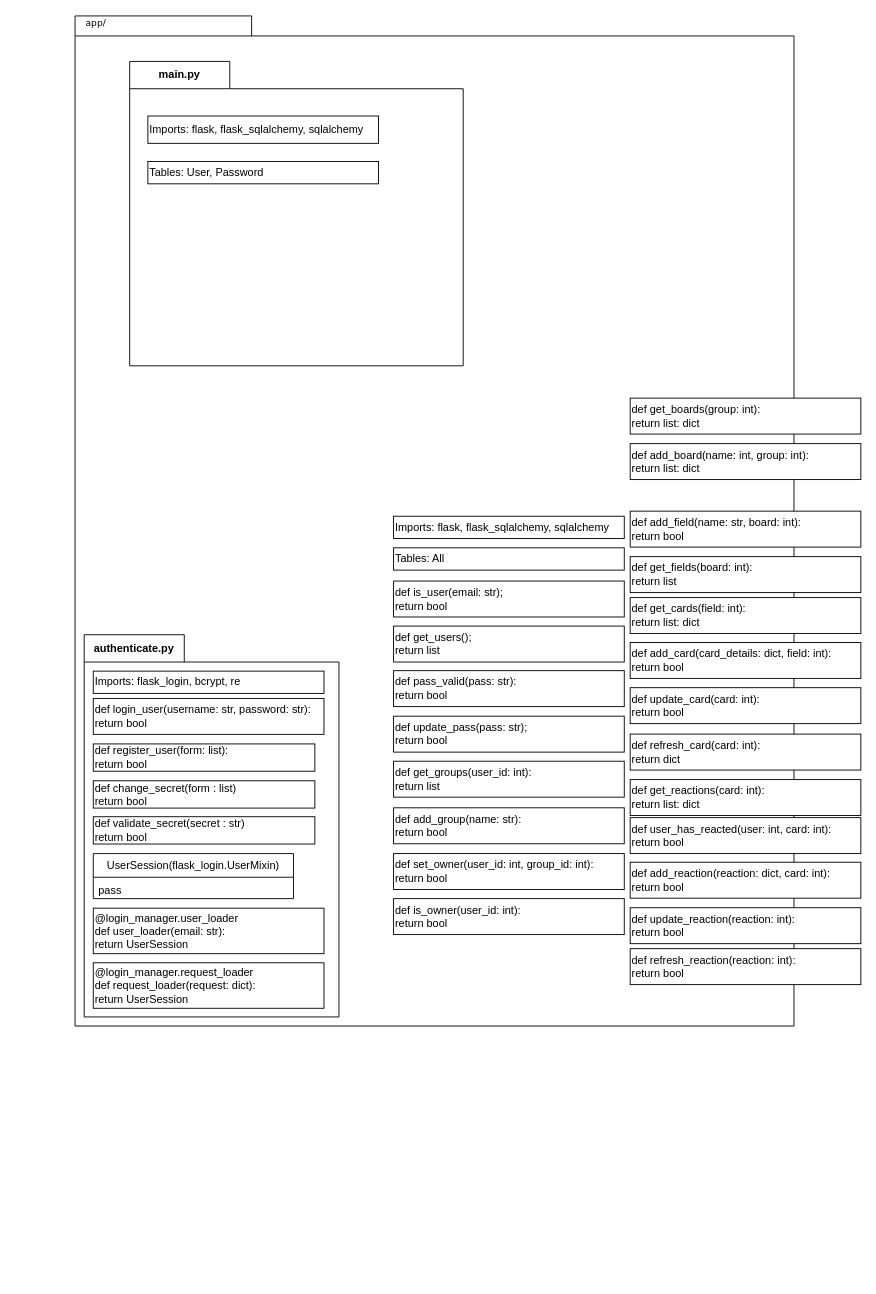
The draw.io diagram .diagrams/.be/app-folder.drawio in Bilgecrank/hindsite, before the edit. Source tidied: cells renumbered, new cells numbered last; positions are measured from the earlier drawing's top-left corner, leaving out a move shared by most shapes. Both pictures are drawn from the tidied source at 91%, with x=0, y=0 at pixel (15, 15).
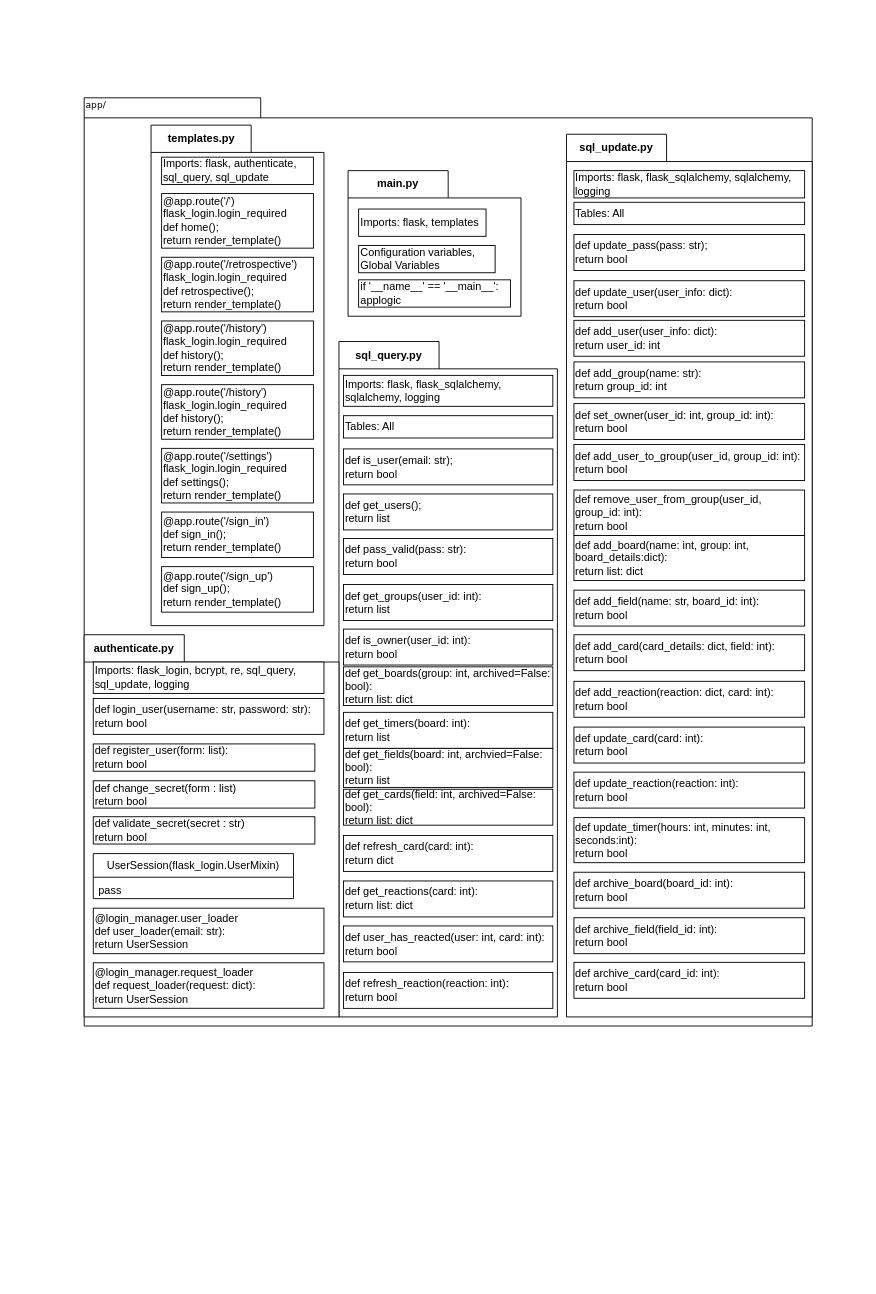
The same page after the edit.

The edit, as a diff of the source:
```diff
@@
     <mxCell id="2" style="shape=folder;fontStyle=1;spacingTop=10;tabWidth=194;tabHeight=22;tabPosition=left;html=1;rounded=0;shadow=0;comic=0;labelBackgroundColor=none;strokeWidth=1;fillColor=none;fontFamily=Verdana;fontSize=10;align=center;" parent="1" vertex="1">
-      <mxGeometry x="65" width="790" height="1110" as="geometry" />
+      <mxGeometry x="75" y="90" width="800" height="1020" as="geometry" />
     </mxCell>
+    <mxCell id="43" value="templates.py" style="shape=folder;fontStyle=1;tabWidth=110;tabHeight=30;tabPosition=left;html=1;boundedLbl=1;labelInHeader=1;whiteSpace=wrap;" parent="1" vertex="1">
+      <mxGeometry x="148.5" y="120" width="190" height="550" as="geometry" />
+    </mxCell>
+    <mxCell id="44" style="html=1;strokeColor=none;fillColor=none;whiteSpace=wrap;" parent="43" vertex="1">
+      <mxGeometry width="190" height="297.35" relative="1" as="geometry">
+        <mxPoint y="30" as="offset" />
+      </mxGeometry>
+    </mxCell>
+    <mxCell id="45" value="Imports:&amp;nbsp;flask, authenticate,&lt;br&gt;sql_query, sql_update" style="html=1;whiteSpace=wrap;align=left;" parent="43" vertex="1">
+      <mxGeometry x="11.6" y="35.2" width="166.8" height="30" as="geometry" />
+    </mxCell>
+    <mxCell id="46" value="@app.route('/')&lt;br&gt;flask_login.login_required&lt;br&gt;def home();&lt;br&gt;return render_template()" style="html=1;whiteSpace=wrap;align=left;" parent="43" vertex="1">
+      <mxGeometry x="11.6" y="75.2" width="166.8" height="60" as="geometry" />
+    </mxCell>
+    <mxCell id="47" value="@app.route('/retrospective')&lt;br&gt;flask_login.login_required&lt;br&gt;def retrospective();&lt;br&gt;return render_template()" style="html=1;whiteSpace=wrap;align=left;" parent="43" vertex="1">
+      <mxGeometry x="11.6" y="145.2" width="166.8" height="60" as="geometry" />
+    </mxCell>
+    <mxCell id="48" value="@app.route('/history')&lt;br&gt;flask_login.login_required&lt;br&gt;def history();&lt;br&gt;return render_template()" style="html=1;whiteSpace=wrap;align=left;" parent="43" vertex="1">
+      <mxGeometry x="11.6" y="215.2" width="166.8" height="60" as="geometry" />
+    </mxCell>
+    <mxCell id="49" value="@app.route('/history')&lt;br&gt;flask_login.login_required&lt;br&gt;def history();&lt;br&gt;return render_template()" style="html=1;whiteSpace=wrap;align=left;" parent="43" vertex="1">
+      <mxGeometry x="11.6" y="285.2" width="166.8" height="60" as="geometry" />
+    </mxCell>
+    <mxCell id="50" value="@app.route('/settings')&lt;br&gt;flask_login.login_required&lt;br&gt;def settings();&lt;br&gt;return render_template()" style="html=1;whiteSpace=wrap;align=left;" parent="43" vertex="1">
+      <mxGeometry x="11.6" y="355.2" width="166.8" height="60" as="geometry" />
+    </mxCell>
+    <mxCell id="51" value="@app.route('/sign_in')&lt;br&gt;def sign_in();&lt;br&gt;return render_template()" style="html=1;whiteSpace=wrap;align=left;" parent="43" vertex="1">
+      <mxGeometry x="11.6" y="425.2" width="166.8" height="50" as="geometry" />
+    </mxCell>
+    <mxCell id="52" value="@app.route('/sign_up')&lt;br&gt;def sign_up();&lt;br&gt;return render_template()" style="html=1;whiteSpace=wrap;align=left;" parent="43" vertex="1">
+      <mxGeometry x="11.6" y="485.2" width="166.8" height="50" as="geometry" />
+    </mxCell>
+    <mxCell id="53" value="sql_update.py" style="shape=folder;fontStyle=1;tabWidth=110;tabHeight=30;tabPosition=left;html=1;boundedLbl=1;labelInHeader=1;whiteSpace=wrap;" parent="1" vertex="1">
+      <mxGeometry x="605" y="130" width="270" height="970" as="geometry" />
+    </mxCell>
+    <mxCell id="54" style="html=1;strokeColor=none;fillColor=none;whiteSpace=wrap;" parent="53" vertex="1">
+      <mxGeometry width="270" height="524.42" relative="1" as="geometry">
+        <mxPoint y="30" as="offset" />
+      </mxGeometry>
+    </mxCell>
+    <mxCell id="24" value="def update_pass(pass: str);&lt;br&gt;return bool" style="html=1;whiteSpace=wrap;align=left;" parent="53" vertex="1">
+      <mxGeometry x="8.2" y="110.2" width="253.5" height="39.5" as="geometry" />
+    </mxCell>
+    <mxCell id="29" value="def update_card(card: int):&lt;br&gt;return bool" style="html=1;whiteSpace=wrap;align=left;" parent="53" vertex="1">
+      <mxGeometry x="8.2" y="651.5" width="253.5" height="39.5" as="geometry" />
+    </mxCell>
+    <mxCell id="32" value="def update_reaction(reaction: int):&lt;br&gt;return bool" style="html=1;whiteSpace=wrap;align=left;" parent="53" vertex="1">
+      <mxGeometry x="8.2" y="701" width="253.5" height="39.5" as="geometry" />
+    </mxCell>
+    <mxCell id="34" value="def add_field(name: str, board_id: int):&lt;br&gt;return bool" style="html=1;whiteSpace=wrap;align=left;" parent="53" vertex="1">
+      <mxGeometry x="8.2" y="501" width="253.5" height="39.5" as="geometry" />
+    </mxCell>
+    <mxCell id="35" value="def add_group(name: str):&lt;br&gt;return group_id: int" style="html=1;whiteSpace=wrap;align=left;" parent="53" vertex="1">
+      <mxGeometry x="8.2" y="250.2" width="253.5" height="39.5" as="geometry" />
+    </mxCell>
+    <mxCell id="36" value="def add_card(card_details: dict, field: int):&lt;br&gt;return bool" style="html=1;whiteSpace=wrap;align=left;" parent="53" vertex="1">
+      <mxGeometry x="8.2" y="550" width="253.5" height="39.5" as="geometry" />
+    </mxCell>
+    <mxCell id="37" value="def set_owner(user_id: int, group_id: int):&lt;br&gt;return bool" style="html=1;whiteSpace=wrap;align=left;" parent="53" vertex="1">
+      <mxGeometry x="8.2" y="296" width="253.5" height="39.5" as="geometry" />
+    </mxCell>
+    <mxCell id="40" value="def add_board(name: int, group: int, board_details:dict):&lt;br&gt;return list: dict" style="html=1;whiteSpace=wrap;align=left;" parent="53" vertex="1">
+      <mxGeometry x="8.2" y="441" width="253.5" height="49.5" as="geometry" />
+    </mxCell>
+    <mxCell id="41" value="def add_reaction(reaction: dict, card: int):&lt;br&gt;return bool" style="html=1;whiteSpace=wrap;align=left;" parent="53" vertex="1">
+      <mxGeometry x="8.2" y="601.2" width="253.5" height="39.5" as="geometry" />
+    </mxCell>
+    <mxCell id="55" value="Imports: flask, flask_sqlalchemy, sqlalchemy, logging" style="html=1;whiteSpace=wrap;align=left;" parent="53" vertex="1">
+      <mxGeometry x="8.2" y="40" width="253.5" height="30" as="geometry" />
+    </mxCell>
+    <mxCell id="56" value="Tables: All" style="html=1;whiteSpace=wrap;align=left;" parent="53" vertex="1">
+      <mxGeometry x="8.2" y="74.8" width="253.5" height="24.5" as="geometry" />
+    </mxCell>
+    <mxCell id="57" value="def update_timer(hours: int, minutes: int, seconds:int):&lt;br&gt;return bool" style="html=1;whiteSpace=wrap;align=left;" parent="53" vertex="1">
+      <mxGeometry x="8.2" y="751" width="253.5" height="49.5" as="geometry" />
+    </mxCell>
+    <mxCell id="58" value="def add_user_to_group(user_id, group_id: int):&lt;br&gt;return bool" style="html=1;whiteSpace=wrap;align=left;" parent="53" vertex="1">
+      <mxGeometry x="8.2" y="341" width="253.5" height="39.5" as="geometry" />
+    </mxCell>
+    <mxCell id="59" value="def remove_user_from_group(user_id, group_id: int):&lt;br&gt;return bool" style="html=1;whiteSpace=wrap;align=left;" parent="53" vertex="1">
+      <mxGeometry x="8.2" y="391" width="253.5" height="50" as="geometry" />
+    </mxCell>
+    <mxCell id="60" value="def add_user(user_info: dict):&lt;br&gt;return user_id: int" style="html=1;whiteSpace=wrap;align=left;" parent="53" vertex="1">
+      <mxGeometry x="8.2" y="204.5" width="253.5" height="39.5" as="geometry" />
+    </mxCell>
+    <mxCell id="61" value="def update_user(user_info: dict):&lt;br&gt;return bool" style="html=1;whiteSpace=wrap;align=left;" parent="53" vertex="1">
+      <mxGeometry x="8.2" y="161" width="253.5" height="39.5" as="geometry" />
+    </mxCell>
+    <mxCell id="62" value="def archive_board(board_id: int):&lt;br&gt;return bool" style="html=1;whiteSpace=wrap;align=left;" parent="53" vertex="1">
+      <mxGeometry x="8.2" y="811" width="253.5" height="39.5" as="geometry" />
+    </mxCell>
+    <mxCell id="63" value="def archive_field(field_id: int):&lt;br&gt;return bool" style="html=1;whiteSpace=wrap;align=left;" parent="53" vertex="1">
+      <mxGeometry x="8.2" y="861" width="253.5" height="39.5" as="geometry" />
+    </mxCell>
+    <mxCell id="64" value="def archive_card(card_id: int):&lt;br&gt;return bool" style="html=1;whiteSpace=wrap;align=left;" parent="53" vertex="1">
+      <mxGeometry x="8.2" y="910" width="253.5" height="39.5" as="geometry" />
+    </mxCell>
+    <mxCell id="65" value="sql_query.py" style="shape=folder;fontStyle=1;tabWidth=110;tabHeight=30;tabPosition=left;html=1;boundedLbl=1;labelInHeader=1;whiteSpace=wrap;" parent="1" vertex="1">
+      <mxGeometry x="355" y="357.8" width="240" height="742.2" as="geometry" />
+    </mxCell>
+    <mxCell id="66" style="html=1;strokeColor=none;fillColor=none;whiteSpace=wrap;" parent="65" vertex="1">
+      <mxGeometry width="240" height="401.29" relative="1" as="geometry">
+        <mxPoint y="30" as="offset" />
+      </mxGeometry>
+    </mxCell>
+    <mxCell id="20" value="Imports: flask, flask_sqlalchemy, sqlalchemy, logging" style="html=1;whiteSpace=wrap;align=left;" parent="65" vertex="1">
+      <mxGeometry x="5" y="37.2" width="230" height="34" as="geometry" />
+    </mxCell>
+    <mxCell id="21" value="Tables: All" style="html=1;whiteSpace=wrap;align=left;" parent="65" vertex="1">
+      <mxGeometry x="5" y="81.5" width="230" height="24.5" as="geometry" />
+    </mxCell>
+    <mxCell id="22" value="def is_user(email: str);&lt;br&gt;return bool" style="html=1;whiteSpace=wrap;align=left;" parent="65" vertex="1">
+      <mxGeometry x="5" y="118" width="230" height="39.5" as="geometry" />
+    </mxCell>
+    <mxCell id="23" value="def pass_valid(pass: str):&lt;br&gt;return bool" style="html=1;whiteSpace=wrap;align=left;" parent="65" vertex="1">
+      <mxGeometry x="5" y="216.5" width="230" height="39.5" as="geometry" />
+    </mxCell>
+    <mxCell id="25" value="def get_groups(user_id: int):&lt;br&gt;return list" style="html=1;whiteSpace=wrap;align=left;" parent="65" vertex="1">
+      <mxGeometry x="5" y="267" width="230" height="39.5" as="geometry" />
+    </mxCell>
+    <mxCell id="26" value="def get_fields(board: int, archvied=False: bool):&lt;br&gt;return list" style="html=1;whiteSpace=wrap;align=left;" parent="65" vertex="1">
+      <mxGeometry x="5" y="447" width="230" height="43" as="geometry" />
+    </mxCell>
+    <mxCell id="27" value="def get_users();&lt;br&gt;return list" style="html=1;whiteSpace=wrap;align=left;" parent="65" vertex="1">
+      <mxGeometry x="5" y="167.5" width="230" height="39.5" as="geometry" />
+    </mxCell>
+    <mxCell id="28" value="def get_cards(field: int, archived=False: bool):&lt;br&gt;return list: dict" style="html=1;whiteSpace=wrap;align=left;" parent="65" vertex="1">
+      <mxGeometry x="5" y="492" width="230" height="39.5" as="geometry" />
+    </mxCell>
+    <mxCell id="30" value="def refresh_card(card: int):&lt;br&gt;return dict" style="html=1;whiteSpace=wrap;align=left;" parent="65" vertex="1">
+      <mxGeometry x="5" y="542.8" width="230" height="39.5" as="geometry" />
+    </mxCell>
+    <mxCell id="31" value="def get_reactions(card: int):&lt;br&gt;return list: dict" style="html=1;whiteSpace=wrap;align=left;" parent="65" vertex="1">
+      <mxGeometry x="5" y="592.8" width="230" height="39.5" as="geometry" />
+    </mxCell>
+    <mxCell id="33" value="def refresh_reaction(reaction: int):&lt;br&gt;return bool" style="html=1;whiteSpace=wrap;align=left;" parent="65" vertex="1">
+      <mxGeometry x="5" y="693.3" width="230" height="39.5" as="geometry" />
+    </mxCell>
+    <mxCell id="38" value="def is_owner(user_id: int):&lt;br&gt;return bool" style="html=1;whiteSpace=wrap;align=left;" parent="65" vertex="1">
+      <mxGeometry x="5" y="316" width="230" height="39.5" as="geometry" />
+    </mxCell>
+    <mxCell id="39" value="def get_boards(group: int, archived=False: bool):&lt;br&gt;return list: dict" style="html=1;whiteSpace=wrap;align=left;" parent="65" vertex="1">
+      <mxGeometry x="5" y="357.5" width="230" height="42.5" as="geometry" />
+    </mxCell>
+    <mxCell id="42" value="def user_has_reacted(user: int, card: int):&lt;br&gt;return bool" style="html=1;whiteSpace=wrap;align=left;" parent="65" vertex="1">
+      <mxGeometry x="5" y="642.2" width="230" height="39.5" as="geometry" />
+    </mxCell>
+    <mxCell id="67" value="def get_timers(board: int):&lt;br&gt;return list" style="html=1;whiteSpace=wrap;align=left;" parent="65" vertex="1">
+      <mxGeometry x="5" y="407.5" width="230" height="39.5" as="geometry" />
+    </mxCell>
+    <mxCell id="19" style="html=1;strokeColor=none;fillColor=none;whiteSpace=wrap;" parent="65" vertex="1">
+      <mxGeometry x="-45" y="355" width="280" height="227.1" as="geometry" />
+    </mxCell>
     <mxCell id="3" value="app/" style="text;html=1;align=left;verticalAlign=top;spacingTop=-4;fontSize=10;fontFamily=Verdana;" parent="1" vertex="1">
-      <mxGeometry x="75" width="130" height="20" as="geometry" />
+      <mxGeometry x="75" y="90" width="130" height="20" as="geometry" />
     </mxCell>
@@
-    <mxCell id="6" value="main.py" style="shape=folder;fontStyle=1;tabWidth=110;tabHeight=30;tabPosition=left;html=1;boundedLbl=1;labelInHeader=1;whiteSpace=wrap;" parent="1" vertex="1">
-      <mxGeometry x="125" y="50" width="366.5" height="334.5" as="geometry" />
-    </mxCell>
-    <mxCell id="7" style="html=1;strokeColor=none;fillColor=none;whiteSpace=wrap;" parent="6" vertex="1">
-      <mxGeometry width="366.5" height="180.84" relative="1" as="geometry">
-        <mxPoint y="30" as="offset" />
-      </mxGeometry>
-    </mxCell>
-    <mxCell id="8" value="Tables: User, Password" style="html=1;whiteSpace=wrap;align=left;" parent="6" vertex="1">
-      <mxGeometry x="20" y="110" width="253.5" height="24.5" as="geometry" />
-    </mxCell>
-    <mxCell id="9" value="Imports:&amp;nbsp;flask, flask_sqlalchemy, sqlalchemy" style="html=1;whiteSpace=wrap;align=left;" parent="6" vertex="1">
-      <mxGeometry x="20" y="60" width="253.5" height="30" as="geometry" />
-    </mxCell>
@@
-    <mxCell id="14" value="Imports: flask_login, bcrypt, re" style="html=1;whiteSpace=wrap;align=left;" parent="1" vertex="1">
-      <mxGeometry x="85" y="720" width="253.5" height="24.5" as="geometry" />
+    <mxCell id="14" value="Imports: flask_login, bcrypt, re, sql_query, sql_update, logging" style="html=1;whiteSpace=wrap;align=left;" parent="1" vertex="1">
+      <mxGeometry x="85" y="710" width="253.5" height="34.5" as="geometry" />
     </mxCell>
@@
-    <mxCell id="19" style="html=1;strokeColor=none;fillColor=none;whiteSpace=wrap;" parent="1" vertex="1">
-      <mxGeometry y="1160" width="280" height="227.1" as="geometry" />
-    </mxCell>
-    <mxCell id="20" value="Imports: flask, flask_sqlalchemy, sqlalchemy" style="html=1;whiteSpace=wrap;align=left;" parent="1" vertex="1">
-      <mxGeometry x="415" y="549.8" width="253.5" height="24.5" as="geometry" />
-    </mxCell>
-    <mxCell id="21" value="Tables: All" style="html=1;whiteSpace=wrap;align=left;" parent="1" vertex="1">
-      <mxGeometry x="415" y="584.5" width="253.5" height="24.5" as="geometry" />
-    </mxCell>
-    <mxCell id="22" value="def is_user(email: str);&lt;br&gt;return bool" style="html=1;whiteSpace=wrap;align=left;" parent="1" vertex="1">
-      <mxGeometry x="415" y="621" width="253.5" height="39.5" as="geometry" />
-    </mxCell>
-    <mxCell id="23" value="def pass_valid(pass: str):&lt;br&gt;return bool" style="html=1;whiteSpace=wrap;align=left;" parent="1" vertex="1">
-      <mxGeometry x="415" y="719.5" width="253.5" height="39.5" as="geometry" />
-    </mxCell>
-    <mxCell id="24" value="def update_pass(pass: str);&lt;br&gt;return bool" style="html=1;whiteSpace=wrap;align=left;" parent="1" vertex="1">
-      <mxGeometry x="415" y="769.5" width="253.5" height="39.5" as="geometry" />
-    </mxCell>
-    <mxCell id="25" value="def get_groups(user_id: int):&lt;br&gt;return list" style="html=1;whiteSpace=wrap;align=left;" parent="1" vertex="1">
-      <mxGeometry x="415" y="819" width="253.5" height="39.5" as="geometry" />
-    </mxCell>
-    <mxCell id="26" value="def get_fields(board: int):&lt;br&gt;return list" style="html=1;whiteSpace=wrap;align=left;" parent="1" vertex="1">
-      <mxGeometry x="675" y="594.2" width="253.5" height="39.5" as="geometry" />
-    </mxCell>
-    <mxCell id="27" value="def get_users();&lt;br&gt;return list" style="html=1;whiteSpace=wrap;align=left;" parent="1" vertex="1">
-      <mxGeometry x="415" y="670.5" width="253.5" height="39.5" as="geometry" />
-    </mxCell>
-    <mxCell id="28" value="def get_cards(field: int):&lt;br&gt;return list: dict" style="html=1;whiteSpace=wrap;align=left;" parent="1" vertex="1">
-      <mxGeometry x="675" y="639.2" width="253.5" height="39.5" as="geometry" />
-    </mxCell>
-    <mxCell id="29" value="def update_card(card: int):&lt;br&gt;return bool" style="html=1;whiteSpace=wrap;align=left;" parent="1" vertex="1">
-      <mxGeometry x="675" y="738.2" width="253.5" height="39.5" as="geometry" />
-    </mxCell>
-    <mxCell id="30" value="def refresh_card(card: int):&lt;br&gt;return dict" style="html=1;whiteSpace=wrap;align=left;" parent="1" vertex="1">
-      <mxGeometry x="675" y="789.2" width="253.5" height="39.5" as="geometry" />
-    </mxCell>
-    <mxCell id="31" value="def get_reactions(card: int):&lt;br&gt;return list: dict" style="html=1;whiteSpace=wrap;align=left;" parent="1" vertex="1">
-      <mxGeometry x="675" y="839.2" width="253.5" height="39.5" as="geometry" />
-    </mxCell>
-    <mxCell id="32" value="def update_reaction(reaction: int):&lt;br&gt;return bool" style="html=1;whiteSpace=wrap;align=left;" parent="1" vertex="1">
-      <mxGeometry x="675" y="980" width="253.5" height="39.5" as="geometry" />
-    </mxCell>
-    <mxCell id="33" value="def refresh_reaction(reaction: int):&lt;br&gt;return bool" style="html=1;whiteSpace=wrap;align=left;" parent="1" vertex="1">
-      <mxGeometry x="675" y="1025" width="253.5" height="39.5" as="geometry" />
-    </mxCell>
-    <mxCell id="34" value="def add_field(name: str, board: int):&lt;br&gt;return bool" style="html=1;whiteSpace=wrap;align=left;" parent="1" vertex="1">
-      <mxGeometry x="675" y="544.2" width="253.5" height="39.5" as="geometry" />
-    </mxCell>
-    <mxCell id="35" value="def add_group(name: str):&lt;br&gt;return bool" style="html=1;whiteSpace=wrap;align=left;" parent="1" vertex="1">
-      <mxGeometry x="415" y="870.2" width="253.5" height="39.5" as="geometry" />
-    </mxCell>
-    <mxCell id="36" value="def add_card(card_details: dict, field: int):&lt;br&gt;return bool" style="html=1;whiteSpace=wrap;align=left;" parent="1" vertex="1">
-      <mxGeometry x="675" y="688.5" width="253.5" height="39.5" as="geometry" />
-    </mxCell>
-    <mxCell id="37" value="def set_owner(user_id: int, group_id: int):&lt;br&gt;return bool" style="html=1;whiteSpace=wrap;align=left;" parent="1" vertex="1">
-      <mxGeometry x="415" y="920.5" width="253.5" height="39.5" as="geometry" />
-    </mxCell>
-    <mxCell id="38" value="def is_owner(user_id: int):&lt;br&gt;return bool" style="html=1;whiteSpace=wrap;align=left;" parent="1" vertex="1">
-      <mxGeometry x="415" y="970" width="253.5" height="39.5" as="geometry" />
-    </mxCell>
-    <mxCell id="39" value="def get_boards(group: int):&lt;br&gt;return list: dict" style="html=1;whiteSpace=wrap;align=left;" parent="1" vertex="1">
-      <mxGeometry x="675" y="420" width="253.5" height="39.5" as="geometry" />
-    </mxCell>
-    <mxCell id="40" value="def add_board(name: int, group: int):&lt;br&gt;return list: dict" style="html=1;whiteSpace=wrap;align=left;" parent="1" vertex="1">
-      <mxGeometry x="675" y="470" width="253.5" height="39.5" as="geometry" />
-    </mxCell>
-    <mxCell id="41" value="def add_reaction(reaction: dict, card: int):&lt;br&gt;return bool" style="html=1;whiteSpace=wrap;align=left;" parent="1" vertex="1">
-      <mxGeometry x="675" y="930" width="253.5" height="39.5" as="geometry" />
-    </mxCell>
-    <mxCell id="42" value="def user_has_reacted(user: int, card: int):&lt;br&gt;return bool" style="html=1;whiteSpace=wrap;align=left;" parent="1" vertex="1">
-      <mxGeometry x="675" y="881" width="253.5" height="39.5" as="geometry" />
-    </mxCell>
+    <mxCell id="6" value="main.py" style="shape=folder;fontStyle=1;tabWidth=110;tabHeight=30;tabPosition=left;html=1;boundedLbl=1;labelInHeader=1;whiteSpace=wrap;" parent="1" vertex="1">
+      <mxGeometry x="365" y="170" width="190" height="160" as="geometry" />
+    </mxCell>
+    <mxCell id="68" style="html=1;strokeColor=none;fillColor=none;whiteSpace=wrap;" parent="6" vertex="1">
+      <mxGeometry width="190" height="86.5" relative="1" as="geometry">
+        <mxPoint y="30" as="offset" />
+      </mxGeometry>
+    </mxCell>
+    <mxCell id="69" value="if '__name__' == '__main__':&lt;br&gt;applogic" style="html=1;whiteSpace=wrap;align=left;" parent="6" vertex="1">
+      <mxGeometry x="11.6" y="120" width="166.8" height="30" as="geometry" />
+    </mxCell>
+    <mxCell id="70" value="Configuration variables,&lt;br&gt;Global Variables" style="html=1;whiteSpace=wrap;align=left;" parent="6" vertex="1">
+      <mxGeometry x="11.6" y="82.2" width="150" height="30" as="geometry" />
+    </mxCell>
+    <mxCell id="71" value="Imports:&amp;nbsp;flask, templates" style="html=1;whiteSpace=wrap;align=left;" parent="6" vertex="1">
+      <mxGeometry x="11.6" y="42.2" width="140" height="30" as="geometry" />
+    </mxCell>
```
